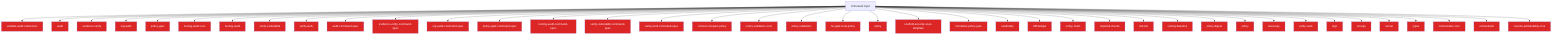
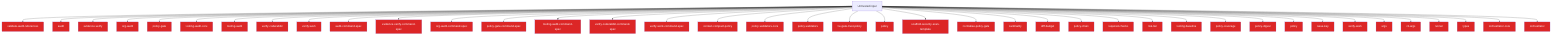
flowchart TD
  Untrusted["Untrusted input"]
  validate_audit_references_811f872a["validate-audit-references"]
  Untrusted --> validate_audit_references_811f872a
  audit_b81f37a0["audit"]
  Untrusted --> audit_b81f37a0
  evidence_verify_3b73c290["evidence-verify"]
  Untrusted --> evidence_verify_3b73c290
  org_audit_d739e44b["org-audit"]
  Untrusted --> org_audit_d739e44b
  policy_gate_213f7313["policy-gate"]
  Untrusted --> policy_gate_213f7313
  tooling_audit_core_328d6a41["tooling-audit-core"]
  Untrusted --> tooling_audit_core_328d6a41
  tooling_audit_8a8239ff["tooling-audit"]
  Untrusted --> tooling_audit_8a8239ff
  verify_coderabbit_490b4e71["verify-coderabbit"]
  Untrusted --> verify_coderabbit_490b4e71
  verify_work_df70ecac["verify-work"]
  Untrusted --> verify_work_df70ecac
  audit_command_spec_5acf0149["audit-command-spec"]
  Untrusted --> audit_command_spec_5acf0149
  evidence_verify_command_spec_e1cbfea2["evidence-verify-command-spec"]
  Untrusted --> evidence_verify_command_spec_e1cbfea2
  org_audit_command_spec_1a570341["org-audit-command-spec"]
  Untrusted --> org_audit_command_spec_1a570341
  policy_gate_command_spec_71e8726a["policy-gate-command-spec"]
  Untrusted --> policy_gate_command_spec_71e8726a
  tooling_audit_command_spec_e0e57863["tooling-audit-command-spec"]
  Untrusted --> tooling_audit_command_spec_e0e57863
  verify_coderabbit_command_spec_68cc9ec5["verify-coderabbit-command-spec"]
  Untrusted --> verify_coderabbit_command_spec_68cc9ec5
  verify_work_command_spec_d6c94ac8["verify-work-command-spec"]
  Untrusted --> verify_work_command_spec_d6c94ac8
  context_compact_policy_3dcaf95d["context-compact-policy"]
  Untrusted --> context_compact_policy_3dcaf95d
  policy_validators_core_714a3fe7["policy-validators-core"]
  Untrusted --> policy_validators_core_714a3fe7
  policy_validators_6682e192["policy-validators"]
  Untrusted --> policy_validators_6682e192
  he_gate_trust_policy_b1126dfd["he-gate-trust-policy"]
  Untrusted --> he_gate_trust_policy_b1126dfd
  policy_823412d1["policy"]
  Untrusted --> policy_823412d1
  scaffold_security_scan_template_55bc7465["scaffold-security-scan-template"]
  Untrusted --> scaffold_security_scan_template_55bc7465
  normalise_policy_gate_90229693["normalise-policy-gate"]
  Untrusted --> normalise_policy_gate_90229693
  cardinality_ebef8aff["cardinality"]
  Untrusted --> cardinality_ebef8aff
  diff_budget_1_9f85eb1c["diff-budget"]
  Untrusted --> diff_budget_1_9f85eb1c
  policy_chain_0c92e343["policy-chain"]
  Untrusted --> policy_chain_0c92e343
  required_checks_46396214["required-checks"]
  Untrusted --> required_checks_46396214
  risk_tier_1_96b6ff91["risk-tier"]
  Untrusted --> risk_tier_1_96b6ff91
  tooling_baseline_50ab2eeb["tooling-baseline"]
  Untrusted --> tooling_baseline_50ab2eeb
+   policy_coverage_dab8febe["policy-coverage"]
+   Untrusted --> policy_coverage_dab8febe
  policy_digest_ca7acf0a["policy-digest"]
  Untrusted --> policy_digest_ca7acf0a
  policy_1_fc4198db["policy"]
  Untrusted --> policy_1_fc4198db
  issue_key_305bf3db["issue-key"]
  Untrusted --> issue_key_305bf3db
  verify_work_1_cd8e7ec3["verify-work"]
  Untrusted --> verify_work_1_cd8e7ec3
  args_1_15220d9b["args"]
  Untrusted --> args_1_15220d9b
  cli_args_14_3481043e["cli-args"]
  Untrusted --> cli_args_14_3481043e
  runner_1_6f281bf8["runner"]
  Untrusted --> runner_1_6f281bf8
  types_31_eb363e20["types"]
  Untrusted --> types_31_eb363e20
  orchestrator_core_d0678b53["orchestrator-core"]
  Untrusted --> orchestrator_core_d0678b53
  orchestrator_1_6b7137c5["orchestrator"]
  Untrusted --> orchestrator_1_6b7137c5
-   resume_admissibility_core_8ab84488["resume-admissibility-core"]
-   Untrusted --> resume_admissibility_core_8ab84488
  classDef securityNode fill:#dc2626,color:#fff
-   class validate_audit_references_811f872a,audit_b81f37a0,evidence_verify_3b73c290,org_audit_d739e44b,policy_gate_213f7313,tooling_audit_core_328d6a41,tooling_audit_8a8239ff,verify_coderabbit_490b4e71,verify_work_df70ecac,audit_command_spec_5acf0149,evidence_verify_command_spec_e1cbfea2,org_audit_command_spec_1a570341,policy_gate_command_spec_71e8726a,tooling_audit_command_spec_e0e57863,verify_coderabbit_command_spec_68cc9ec5,verify_work_command_spec_d6c94ac8,context_compact_policy_3dcaf95d,policy_validators_core_714a3fe7,policy_validators_6682e192,he_gate_trust_policy_b1126dfd,policy_823412d1,scaffold_security_scan_template_55bc7465,normalise_policy_gate_90229693,cardinality_ebef8aff,diff_budget_1_9f85eb1c,policy_chain_0c92e343,required_checks_46396214,risk_tier_1_96b6ff91,tooling_baseline_50ab2eeb,policy_digest_ca7acf0a,policy_1_fc4198db,issue_key_305bf3db,verify_work_1_cd8e7ec3,args_1_15220d9b,cli_args_14_3481043e,runner_1_6f281bf8,types_31_eb363e20,orchestrator_core_d0678b53,orchestrator_1_6b7137c5,resume_admissibility_core_8ab84488 securityNode
+   class validate_audit_references_811f872a,audit_b81f37a0,evidence_verify_3b73c290,org_audit_d739e44b,policy_gate_213f7313,tooling_audit_core_328d6a41,tooling_audit_8a8239ff,verify_coderabbit_490b4e71,verify_work_df70ecac,audit_command_spec_5acf0149,evidence_verify_command_spec_e1cbfea2,org_audit_command_spec_1a570341,policy_gate_command_spec_71e8726a,tooling_audit_command_spec_e0e57863,verify_coderabbit_command_spec_68cc9ec5,verify_work_command_spec_d6c94ac8,context_compact_policy_3dcaf95d,policy_validators_core_714a3fe7,policy_validators_6682e192,he_gate_trust_policy_b1126dfd,policy_823412d1,scaffold_security_scan_template_55bc7465,normalise_policy_gate_90229693,cardinality_ebef8aff,diff_budget_1_9f85eb1c,policy_chain_0c92e343,required_checks_46396214,risk_tier_1_96b6ff91,tooling_baseline_50ab2eeb,policy_coverage_dab8febe,policy_digest_ca7acf0a,policy_1_fc4198db,issue_key_305bf3db,verify_work_1_cd8e7ec3,args_1_15220d9b,cli_args_14_3481043e,runner_1_6f281bf8,types_31_eb363e20,orchestrator_core_d0678b53,orchestrator_1_6b7137c5 securityNode
